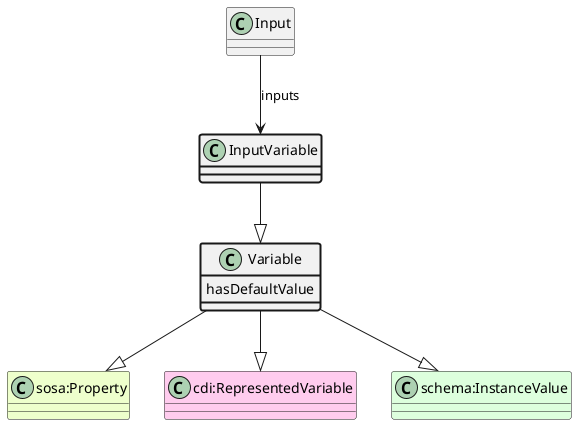
Before: ttl_uml/ttl_appn_InputVariable.png, a diagram exported from PlantUML (aus-plant-phenomics-network/appn-schema).
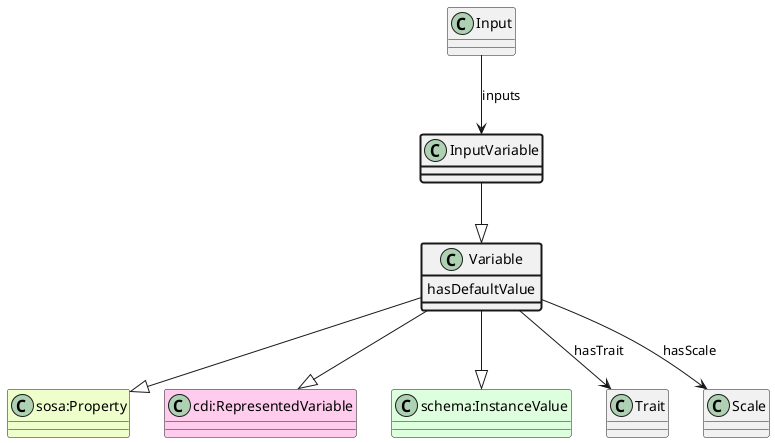
The same file after the commit.

Diff of the diagram source:
```diff
@@ -13,4 +13,8 @@
 class Variable #line.bold {
     hasDefaultValue
 }
+class Trait
+Variable --> Trait : hasTrait
+class Scale
+Variable --> Scale : hasScale
 @enduml
```
